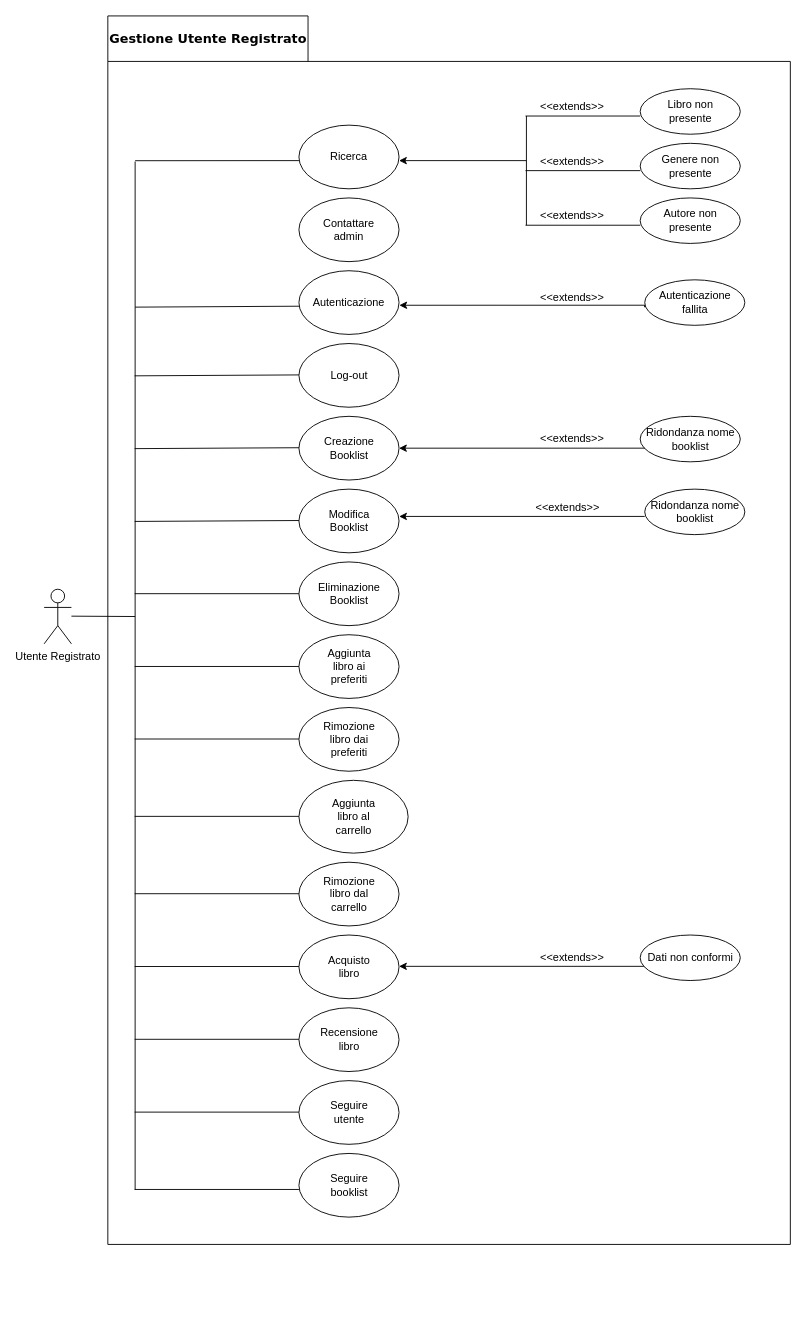
Above: Documenti/RAD/modello_funzionale/package_utente_registrato.drawio in AleBarbados/NewSocialBookRepo (draw.io), before the change. Source tidied: cells renumbered, new cells numbered last; positions are measured from the earlier drawing's top-left corner, leaving out a move shared by most shapes. Both pictures are drawn from the tidied source at 91%, with x=0, y=0 at pixel (44, 15).
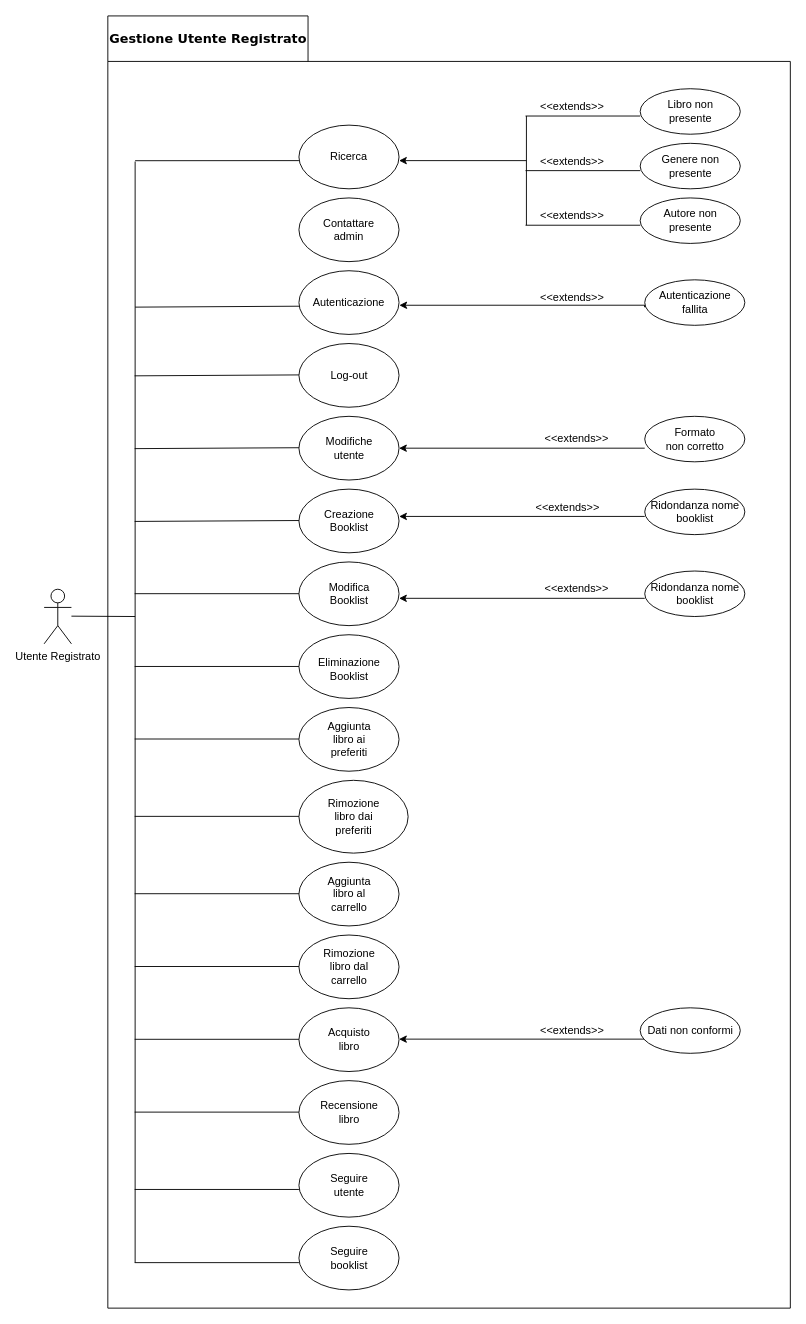
The same page after the edit.

Unchanged cells that the change refers to:
```xml
<mxCell id="35" style="ellipse;whiteSpace=wrap;html=1;" parent="1" vertex="1">
  <mxGeometry x="280" y="440" width="110" height="70" as="geometry" />
</mxCell>
```

What changed in the source:
```diff
@@
     <mxCell id="2" style="shape=folder;fontStyle=1;spacingTop=10;tabWidth=220;tabHeight=50;tabPosition=left;html=1;" parent="1" vertex="1">
-      <mxGeometry x="70" width="750" height="1350" as="geometry" />
+      <mxGeometry x="70" width="750" height="1420" as="geometry" />
     </mxCell>
@@
     <mxCell id="6" style="group;" parent="1" vertex="1">
-      <mxGeometry x="525" y="430" width="290" height="70" as="geometry" />
+      <mxGeometry x="530" y="430" width="290" height="70" as="geometry" />
     </mxCell>
@@
-    <mxCell id="8" value="Ridondanza nome &lt;br&gt;booklist" style="text;html=1;align=center;verticalAlign=middle;points=[];" parent="6" vertex="1">
-      <mxGeometry x="130" y="20" width="110" height="30" as="geometry" />
+    <mxCell id="8" value="Formato &lt;br&gt;non corretto" style="text;html=1;align=center;verticalAlign=middle;points=[];" parent="6" vertex="1">
+      <mxGeometry x="145" y="20" width="80" height="30" as="geometry" />
     </mxCell>
@@
-    <mxCell id="36" value="Creazione Booklist" style="text;html=1;strokeColor=none;fillColor=none;align=center;verticalAlign=middle;whiteSpace=wrap;rounded=0;" parent="1" vertex="1">
+    <mxCell id="36" value="Modifiche utente" style="text;html=1;strokeColor=none;fillColor=none;align=center;verticalAlign=middle;whiteSpace=wrap;rounded=0;" parent="1" vertex="1">
       <mxGeometry x="302.5" y="465" width="65" height="20" as="geometry" />
     </mxCell>
@@
-    <mxCell id="38" value="Modifica Booklist" style="text;html=1;strokeColor=none;fillColor=none;align=center;verticalAlign=middle;whiteSpace=wrap;rounded=0;" parent="1" vertex="1">
+    <mxCell id="38" value="Creazione Booklist" style="text;html=1;strokeColor=none;fillColor=none;align=center;verticalAlign=middle;whiteSpace=wrap;rounded=0;" parent="1" vertex="1">
       <mxGeometry x="302.5" y="545" width="65" height="20" as="geometry" />
     </mxCell>
@@
-    <mxCell id="40" value="Eliminazione Booklist" style="text;html=1;strokeColor=none;fillColor=none;align=center;verticalAlign=middle;whiteSpace=wrap;rounded=0;" parent="1" vertex="1">
+    <mxCell id="40" value="Modifica Booklist" style="text;html=1;strokeColor=none;fillColor=none;align=center;verticalAlign=middle;whiteSpace=wrap;rounded=0;" parent="1" vertex="1">
       <mxGeometry x="302.5" y="625" width="65" height="20" as="geometry" />
     </mxCell>
@@
-    <mxCell id="45" style="endArrow=classic;html=1;entryX=1;entryY=0.5;entryDx=0;entryDy=0;exitX=0.045;exitY=0.833;exitDx=0;exitDy=0;exitPerimeter=0;" parent="1" edge="1" source="8" target="35">
-      <mxGeometry relative="1" as="geometry" />
+    <mxCell id="45" style="endArrow=classic;html=1;entryX=1;entryY=0.5;entryDx=0;entryDy=0;" parent="1" edge="1" target="35">
+      <mxGeometry relative="1" as="geometry">
+        <mxPoint x="660" y="475" as="sourcePoint" />
+      </mxGeometry>
     </mxCell>
-    <mxCell id="46" value="Aggiunta libro ai preferiti" style="text;html=1;strokeColor=none;fillColor=none;align=center;verticalAlign=middle;whiteSpace=wrap;rounded=0;" parent="1" vertex="1">
-      <mxGeometry x="302.5" y="705" width="65" height="20" as="geometry" />
+    <mxCell id="46" value="Eliminazione Booklist" style="text;html=1;strokeColor=none;fillColor=none;align=center;verticalAlign=middle;whiteSpace=wrap;rounded=0;" parent="1" vertex="1">
+      <mxGeometry x="302.5" y="705" width="65" height="25" as="geometry" />
     </mxCell>
-    <mxCell id="47" value="Rimozione libro dai preferiti" style="text;html=1;strokeColor=none;fillColor=none;align=center;verticalAlign=middle;whiteSpace=wrap;rounded=0;" parent="1" vertex="1">
+    <mxCell id="47" value="Aggiunta libro ai preferiti" style="text;html=1;strokeColor=none;fillColor=none;align=center;verticalAlign=middle;whiteSpace=wrap;rounded=0;" parent="1" vertex="1">
       <mxGeometry x="302.5" y="785" width="65" height="20" as="geometry" />
     </mxCell>
-    <mxCell id="48" value="Aggiunta libro al carrello" style="text;html=1;strokeColor=none;fillColor=none;align=center;verticalAlign=middle;whiteSpace=wrap;rounded=0;" parent="1" vertex="1">
+    <mxCell id="48" value="Rimozione libro dai preferiti" style="text;html=1;strokeColor=none;fillColor=none;align=center;verticalAlign=middle;whiteSpace=wrap;rounded=0;" parent="1" vertex="1">
       <mxGeometry x="307.5" y="870" width="65" height="20" as="geometry" />
     </mxCell>
-    <mxCell id="49" value="Rimozione libro dal carrello" style="text;html=1;strokeColor=none;fillColor=none;align=center;verticalAlign=middle;whiteSpace=wrap;rounded=0;" parent="1" vertex="1">
+    <mxCell id="49" value="Aggiunta libro al carrello" style="text;html=1;strokeColor=none;fillColor=none;align=center;verticalAlign=middle;whiteSpace=wrap;rounded=0;" parent="1" vertex="1">
       <mxGeometry x="302.5" y="955" width="65" height="20" as="geometry" />
     </mxCell>
@@
-    <mxCell id="51" value="Acquisto libro" style="text;html=1;strokeColor=none;fillColor=none;align=center;verticalAlign=middle;whiteSpace=wrap;rounded=0;" parent="1" vertex="1">
+    <mxCell id="51" value="Rimozione libro dal carrello" style="text;html=1;strokeColor=none;fillColor=none;align=center;verticalAlign=middle;whiteSpace=wrap;rounded=0;" parent="1" vertex="1">
       <mxGeometry x="302.5" y="1035" width="65" height="20" as="geometry" />
     </mxCell>
@@
-    <mxCell id="53" style="endArrow=classic;html=1;entryX=1;entryY=0.5;entryDx=0;entryDy=0;exitX=0.045;exitY=0.833;exitDx=0;exitDy=0;exitPerimeter=0;" parent="1" edge="1">
-      <mxGeometry relative="1" as="geometry">
-        <mxPoint x="659.9" y="1044.4" as="sourcePoint" />
-        <mxPoint x="390" y="1044.4" as="targetPoint" />
-      </mxGeometry>
-    </mxCell>
-    <mxCell id="54" style="group;" parent="1" vertex="1">
-      <mxGeometry x="525" y="1000" width="290" height="70" as="geometry" />
-    </mxCell>
-    <mxCell id="55" style="ellipse;whiteSpace=wrap;html=1;verticalAlign=top;" parent="54" vertex="1">
-      <mxGeometry x="130" y="10" width="110" height="50" as="geometry" />
-    </mxCell>
-    <mxCell id="56" value="Dati non conformi" style="text;html=1;align=center;verticalAlign=middle;" parent="54" vertex="1">
-      <mxGeometry x="130" y="25" width="110" height="20" as="geometry" />
-    </mxCell>
-    <mxCell id="57" value="&amp;lt;&amp;lt;extends&amp;gt;&amp;gt;" style="text;html=1;align=center;verticalAlign=middle;" parent="54" vertex="1">
-      <mxGeometry x="10" y="25" width="90" height="20" as="geometry" />
-    </mxCell>
@@
-    <mxCell id="60" value="Recensione libro" style="text;html=1;strokeColor=none;fillColor=none;align=center;verticalAlign=middle;whiteSpace=wrap;rounded=0;" parent="1" vertex="1">
+    <mxCell id="60" value="Acquisto libro" style="text;html=1;strokeColor=none;fillColor=none;align=center;verticalAlign=middle;whiteSpace=wrap;rounded=0;" parent="1" vertex="1">
       <mxGeometry x="302.5" y="1115" width="65" height="20" as="geometry" />
     </mxCell>
-    <mxCell id="61" value="Seguire utente" style="text;html=1;strokeColor=none;fillColor=none;align=center;verticalAlign=middle;whiteSpace=wrap;rounded=0;" parent="1" vertex="1">
+    <mxCell id="61" value="Recensione libro" style="text;html=1;strokeColor=none;fillColor=none;align=center;verticalAlign=middle;whiteSpace=wrap;rounded=0;" parent="1" vertex="1">
       <mxGeometry x="302.5" y="1195" width="65" height="20" as="geometry" />
     </mxCell>
@@
-    <mxCell id="75" value="Seguire booklist" style="text;html=1;strokeColor=none;fillColor=none;align=center;verticalAlign=middle;whiteSpace=wrap;rounded=0;" parent="1" vertex="1">
+    <mxCell id="75" value="Seguire utente" style="text;html=1;strokeColor=none;fillColor=none;align=center;verticalAlign=middle;whiteSpace=wrap;rounded=0;" parent="1" vertex="1">
       <mxGeometry x="302.5" y="1275" width="65" height="20" as="geometry" />
     </mxCell>
@@
+    <mxCell id="85" style="endArrow=none;html=1;" parent="1" edge="1">
+      <mxGeometry relative="1" as="geometry">
+        <mxPoint x="100" y="1370" as="sourcePoint" />
+        <mxPoint x="100" y="1290" as="targetPoint" />
+      </mxGeometry>
+    </mxCell>
+    <mxCell id="86" style="endArrow=none;html=1;entryX=0.001;entryY=0.567;entryDx=0;entryDy=0;entryPerimeter=0;" parent="1" edge="1">
+      <mxGeometry relative="1" as="geometry">
+        <mxPoint x="99.5" y="1370" as="sourcePoint" />
+        <mxPoint x="280" y="1370" as="targetPoint" />
+      </mxGeometry>
+    </mxCell>
+    <mxCell id="87" style="ellipse;whiteSpace=wrap;html=1;" parent="1" vertex="1">
+      <mxGeometry x="280" y="1330" width="110" height="70" as="geometry" />
+    </mxCell>
+    <mxCell id="88" value="Seguire booklist" style="text;html=1;strokeColor=none;fillColor=none;align=center;verticalAlign=middle;whiteSpace=wrap;rounded=0;" parent="1" vertex="1">
+      <mxGeometry x="302.5" y="1355" width="65" height="20" as="geometry" />
+    </mxCell>
+    <mxCell id="53" style="endArrow=classic;html=1;entryX=1;entryY=0.5;entryDx=0;entryDy=0;exitX=0.045;exitY=0.833;exitDx=0;exitDy=0;exitPerimeter=0;" parent="1" edge="1">
+      <mxGeometry relative="1" as="geometry">
+        <mxPoint x="659.9" y="1124.4" as="sourcePoint" />
+        <mxPoint x="390" y="1124.4" as="targetPoint" />
+      </mxGeometry>
+    </mxCell>
+    <mxCell id="55" style="ellipse;whiteSpace=wrap;html=1;verticalAlign=top;" parent="1" vertex="1">
+      <mxGeometry x="655" y="1090" width="110" height="50" as="geometry" />
+    </mxCell>
+    <mxCell id="56" value="Dati non conformi" style="text;html=1;align=center;verticalAlign=middle;" parent="1" vertex="1">
+      <mxGeometry x="655" y="1105" width="110" height="20" as="geometry" />
+    </mxCell>
+    <mxCell id="57" value="&amp;lt;&amp;lt;extends&amp;gt;&amp;gt;" style="text;html=1;align=center;verticalAlign=middle;" parent="1" vertex="1">
+      <mxGeometry x="535" y="1105" width="90" height="20" as="geometry" />
+    </mxCell>
+    <mxCell id="89" style="ellipse;whiteSpace=wrap;html=1;verticalAlign=top;" parent="1" vertex="1">
+      <mxGeometry x="660" y="610" width="110" height="50" as="geometry" />
+    </mxCell>
+    <mxCell id="90" value="Ridondanza nome &lt;br&gt;booklist" style="text;html=1;align=center;verticalAlign=middle;" parent="1" vertex="1">
+      <mxGeometry x="660" y="620" width="110" height="30" as="geometry" />
+    </mxCell>
+    <mxCell id="91" value="&amp;lt;&amp;lt;extends&amp;gt;&amp;gt;" style="text;html=1;align=center;verticalAlign=middle;" parent="1" vertex="1">
+      <mxGeometry x="540" y="620" width="90" height="20" as="geometry" />
+    </mxCell>
+    <mxCell id="92" style="endArrow=classic;html=1;entryX=1;entryY=0.5;entryDx=0;entryDy=0;" parent="1" edge="1">
+      <mxGeometry relative="1" as="geometry">
+        <mxPoint x="660" y="640" as="sourcePoint" />
+        <mxPoint x="390" y="640" as="targetPoint" />
+      </mxGeometry>
+    </mxCell>
```
